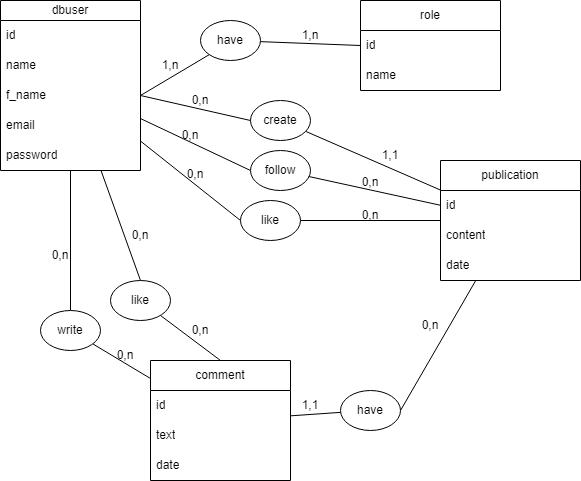
This is MCD.drawio.png from morganb75/myBrief04, a draw.io export, as it was before one commit. Source tidied: cells renumbered, new cells last; positions are measured from the earlier drawing's top-left corner, leaving out a move shared by most shapes.
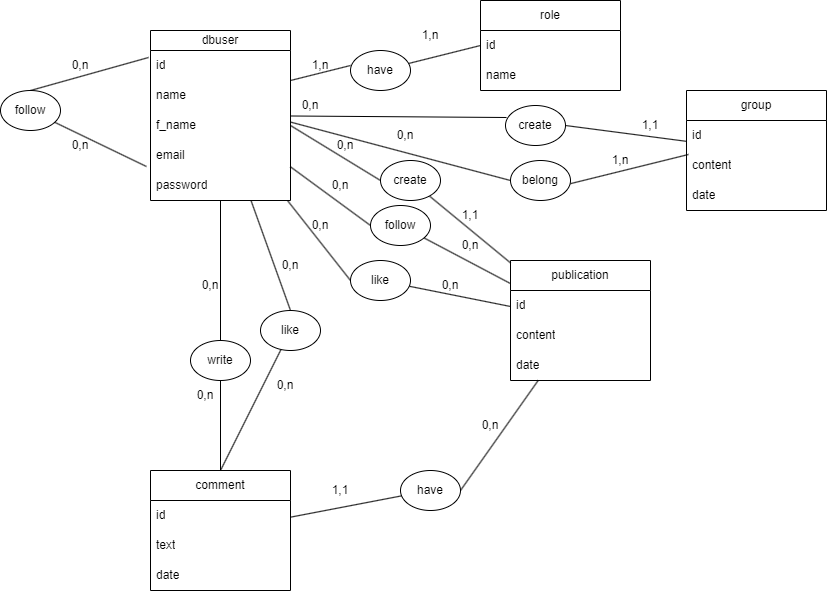
After the change.

The edit, as a diff of the source:
```diff
@@ -6,7 +6,7 @@
       <mxGeometry relative="1" as="geometry" />
     </mxCell>
     <mxCell id="3" value="publication" style="swimlane;fontStyle=0;horizontal=1;startSize=30;whiteSpace=wrap;html=1;" parent="1" vertex="1">
-      <mxGeometry x="440" y="160" width="140" height="120" as="geometry" />
+      <mxGeometry x="474" y="230" width="140" height="120" as="geometry" />
     </mxCell>
     <mxCell id="4" value="id" style="text;strokeColor=none;fillColor=none;align=left;verticalAlign=middle;spacingLeft=4;spacingRight=4;overflow=hidden;whiteSpace=wrap;html=1;" parent="3" vertex="1">
       <mxGeometry y="30" width="140" height="30" as="geometry" />
@@ -29,8 +29,11 @@
     <mxCell id="10" style="edgeStyle=none;html=1;entryX=0;entryY=0.5;entryDx=0;entryDy=0;endArrow=none;endFill=0;" parent="1" edge="1" source="11" target="39">
       <mxGeometry relative="1" as="geometry" />
     </mxCell>
+    <mxCell id="54" style="edgeStyle=none;html=1;entryX=0.017;entryY=0.3;entryDx=0;entryDy=0;entryPerimeter=0;endArrow=none;endFill=0;" parent="1" edge="1" source="11" target="60">
+      <mxGeometry relative="1" as="geometry" />
+    </mxCell>
     <mxCell id="11" value="dbuser" style="swimlane;fontStyle=0;horizontal=1;startSize=20;whiteSpace=wrap;html=1;" parent="1" vertex="1">
-      <mxGeometry width="140" height="170" as="geometry" />
+      <mxGeometry x="114" width="140" height="170" as="geometry" />
     </mxCell>
     <mxCell id="12" value="id" style="text;strokeColor=none;fillColor=none;align=left;verticalAlign=middle;spacingLeft=4;spacingRight=4;overflow=hidden;points=[[0,0.5],[1,0.5]];portConstraint=eastwest;whiteSpace=wrap;html=1;" parent="11" vertex="1">
       <mxGeometry y="20" width="140" height="30" as="geometry" />
@@ -48,7 +51,7 @@
       <mxGeometry y="140" width="140" height="30" as="geometry" />
     </mxCell>
     <mxCell id="17" value="comment" style="swimlane;fontStyle=0;horizontal=1;startSize=30;whiteSpace=wrap;html=1;" parent="1" vertex="1">
-      <mxGeometry x="150" y="360" width="140" height="120" as="geometry" />
+      <mxGeometry x="114" y="440" width="140" height="120" as="geometry" />
     </mxCell>
     <mxCell id="18" value="id" style="text;strokeColor=none;fillColor=none;align=left;verticalAlign=middle;spacingLeft=4;spacingRight=4;overflow=hidden;whiteSpace=wrap;html=1;" parent="17" vertex="1">
       <mxGeometry y="30" width="140" height="30" as="geometry" />
@@ -60,7 +63,7 @@
       <mxGeometry y="90" width="140" height="30" as="geometry" />
     </mxCell>
     <mxCell id="21" value="role" style="swimlane;fontStyle=0;horizontal=1;startSize=30;whiteSpace=wrap;html=1;" parent="1" vertex="1">
-      <mxGeometry x="360" width="140" height="90" as="geometry" />
+      <mxGeometry x="444" y="-30" width="140" height="90" as="geometry" />
     </mxCell>
     <mxCell id="22" value="id" style="text;strokeColor=none;fillColor=none;align=left;verticalAlign=middle;spacingLeft=4;spacingRight=4;overflow=hidden;points=[[0,0.5],[1,0.5]];portConstraint=eastwest;whiteSpace=wrap;html=1;" parent="21" vertex="1">
       <mxGeometry y="30" width="140" height="30" as="geometry" />
@@ -72,16 +75,16 @@
       <mxGeometry relative="1" as="geometry" />
     </mxCell>
     <mxCell id="25" value="have" style="ellipse;whiteSpace=wrap;html=1;" parent="1" vertex="1">
-      <mxGeometry x="200" y="20" width="60" height="40" as="geometry" />
+      <mxGeometry x="314" y="20" width="60" height="40" as="geometry" />
     </mxCell>
-    <mxCell id="26" style="edgeStyle=none;html=1;entryX=0;entryY=1;entryDx=0;entryDy=0;exitX=1;exitY=0.5;exitDx=0;exitDy=0;endArrow=none;endFill=0;" parent="1" edge="1" source="14" target="25">
+    <mxCell id="26" style="edgeStyle=none;html=1;entryX=1;entryY=0.5;entryDx=0;entryDy=0;exitX=0;exitY=1;exitDx=0;exitDy=0;endArrow=none;endFill=0;" parent="1" edge="1" source="41" target="41">
       <mxGeometry relative="1" as="geometry" />
     </mxCell>
     <mxCell id="27" style="edgeStyle=none;html=1;endArrow=none;endFill=0;" parent="1" edge="1" source="28" target="3">
       <mxGeometry relative="1" as="geometry" />
     </mxCell>
     <mxCell id="28" value="create" style="ellipse;whiteSpace=wrap;html=1;" parent="1" vertex="1">
-      <mxGeometry x="250" y="100" width="60" height="40" as="geometry" />
+      <mxGeometry x="344" y="130" width="60" height="40" as="geometry" />
     </mxCell>
     <mxCell id="29" style="edgeStyle=none;html=1;entryX=0;entryY=0.5;entryDx=0;entryDy=0;endArrow=none;endFill=0;exitX=1;exitY=0.5;exitDx=0;exitDy=0;" parent="1" edge="1" source="14" target="28">
       <mxGeometry relative="1" as="geometry" />
@@ -90,73 +93,131 @@
       <mxGeometry relative="1" as="geometry" />
     </mxCell>
     <mxCell id="31" value="write" style="ellipse;whiteSpace=wrap;html=1;" parent="1" vertex="1">
-      <mxGeometry x="40" y="310" width="60" height="40" as="geometry" />
+      <mxGeometry x="154" y="310" width="60" height="40" as="geometry" />
     </mxCell>
     <mxCell id="32" style="edgeStyle=none;html=1;endArrow=none;endFill=0;" parent="1" edge="1" source="33" target="17">
       <mxGeometry relative="1" as="geometry" />
     </mxCell>
     <mxCell id="33" value="have" style="ellipse;whiteSpace=wrap;html=1;" parent="1" vertex="1">
-      <mxGeometry x="340" y="390" width="60" height="40" as="geometry" />
+      <mxGeometry x="364" y="440" width="60" height="40" as="geometry" />
     </mxCell>
     <mxCell id="34" style="edgeStyle=none;html=1;endArrow=none;endFill=0;" parent="1" edge="1" source="35" target="3">
       <mxGeometry relative="1" as="geometry" />
     </mxCell>
     <mxCell id="35" value="follow" style="ellipse;whiteSpace=wrap;html=1;" parent="1" vertex="1">
-      <mxGeometry x="250" y="150" width="60" height="40" as="geometry" />
+      <mxGeometry x="334" y="175" width="60" height="40" as="geometry" />
     </mxCell>
     <mxCell id="36" style="edgeStyle=none;html=1;entryX=0.5;entryY=0;entryDx=0;entryDy=0;endArrow=none;endFill=0;" parent="1" edge="1" source="37" target="17">
       <mxGeometry relative="1" as="geometry" />
     </mxCell>
     <mxCell id="37" value="like" style="ellipse;whiteSpace=wrap;html=1;" parent="1" vertex="1">
-      <mxGeometry x="110" y="280" width="60" height="40" as="geometry" />
+      <mxGeometry x="224" y="280" width="60" height="40" as="geometry" />
     </mxCell>
     <mxCell id="38" style="edgeStyle=none;html=1;endArrow=none;endFill=0;" parent="1" edge="1" source="39" target="3">
       <mxGeometry relative="1" as="geometry" />
     </mxCell>
     <mxCell id="39" value="like" style="ellipse;whiteSpace=wrap;html=1;" parent="1" vertex="1">
-      <mxGeometry x="240" y="200" width="60" height="40" as="geometry" />
+      <mxGeometry x="314" y="230" width="60" height="40" as="geometry" />
     </mxCell>
     <mxCell id="40" value="1,n" style="text;html=1;strokeColor=none;fillColor=none;align=center;verticalAlign=middle;whiteSpace=wrap;rounded=0;" parent="1" vertex="1">
-      <mxGeometry x="280" y="20" width="60" height="30" as="geometry" />
+      <mxGeometry x="364" y="-10" width="60" height="30" as="geometry" />
     </mxCell>
     <mxCell id="41" value="1,n" style="text;html=1;strokeColor=none;fillColor=none;align=center;verticalAlign=middle;whiteSpace=wrap;rounded=0;" parent="1" vertex="1">
-      <mxGeometry x="140" y="50" width="60" height="30" as="geometry" />
+      <mxGeometry x="254" y="20" width="60" height="30" as="geometry" />
     </mxCell>
     <mxCell id="42" value="0,n" style="text;html=1;strokeColor=none;fillColor=none;align=center;verticalAlign=middle;whiteSpace=wrap;rounded=0;" parent="1" vertex="1">
-      <mxGeometry x="170" y="85" width="60" height="30" as="geometry" />
+      <mxGeometry x="279" y="100" width="60" height="30" as="geometry" />
     </mxCell>
     <mxCell id="43" value="1,1" style="text;html=1;strokeColor=none;fillColor=none;align=center;verticalAlign=middle;whiteSpace=wrap;rounded=0;" parent="1" vertex="1">
-      <mxGeometry x="360" y="140" width="60" height="30" as="geometry" />
+      <mxGeometry x="404" y="170" width="60" height="30" as="geometry" />
     </mxCell>
     <mxCell id="44" value="0,n" style="text;html=1;strokeColor=none;fillColor=none;align=center;verticalAlign=middle;whiteSpace=wrap;rounded=0;" parent="1" vertex="1">
-      <mxGeometry x="160" y="120" width="60" height="30" as="geometry" />
+      <mxGeometry x="274" y="140" width="60" height="30" as="geometry" />
     </mxCell>
     <mxCell id="45" value="0,n" style="text;html=1;strokeColor=none;fillColor=none;align=center;verticalAlign=middle;whiteSpace=wrap;rounded=0;" parent="1" vertex="1">
-      <mxGeometry x="340" y="167" width="60" height="30" as="geometry" />
+      <mxGeometry x="404" y="200" width="60" height="30" as="geometry" />
     </mxCell>
     <mxCell id="46" value="0,n" style="text;html=1;strokeColor=none;fillColor=none;align=center;verticalAlign=middle;whiteSpace=wrap;rounded=0;" parent="1" vertex="1">
-      <mxGeometry x="340" y="200" width="60" height="30" as="geometry" />
+      <mxGeometry x="384" y="240" width="60" height="30" as="geometry" />
     </mxCell>
     <mxCell id="47" value="0,n" style="text;html=1;strokeColor=none;fillColor=none;align=center;verticalAlign=middle;whiteSpace=wrap;rounded=0;" parent="1" vertex="1">
-      <mxGeometry x="165" y="159" width="60" height="30" as="geometry" />
+      <mxGeometry x="254" y="180" width="60" height="30" as="geometry" />
     </mxCell>
     <mxCell id="48" value="0,n" style="text;html=1;strokeColor=none;fillColor=none;align=center;verticalAlign=middle;whiteSpace=wrap;rounded=0;" parent="1" vertex="1">
-      <mxGeometry x="110" y="220" width="60" height="30" as="geometry" />
+      <mxGeometry x="224" y="220" width="60" height="30" as="geometry" />
     </mxCell>
     <mxCell id="49" value="0,n" style="text;html=1;strokeColor=none;fillColor=none;align=center;verticalAlign=middle;whiteSpace=wrap;rounded=0;" parent="1" vertex="1">
-      <mxGeometry x="170" y="315" width="60" height="30" as="geometry" />
+      <mxGeometry x="219" y="340" width="60" height="30" as="geometry" />
     </mxCell>
     <mxCell id="50" value="0,n" style="text;html=1;strokeColor=none;fillColor=none;align=center;verticalAlign=middle;whiteSpace=wrap;rounded=0;" parent="1" vertex="1">
-      <mxGeometry x="30" y="240" width="60" height="30" as="geometry" />
+      <mxGeometry x="144" y="240" width="60" height="30" as="geometry" />
     </mxCell>
     <mxCell id="51" value="0,n" style="text;html=1;strokeColor=none;fillColor=none;align=center;verticalAlign=middle;whiteSpace=wrap;rounded=0;" parent="1" vertex="1">
-      <mxGeometry x="80" y="340" width="90" height="30" as="geometry" />
+      <mxGeometry x="124" y="350" width="90" height="30" as="geometry" />
     </mxCell>
     <mxCell id="52" value="1,1" style="text;html=1;strokeColor=none;fillColor=none;align=center;verticalAlign=middle;whiteSpace=wrap;rounded=0;" parent="1" vertex="1">
-      <mxGeometry x="280" y="390" width="60" height="30" as="geometry" />
+      <mxGeometry x="274" y="445" width="60" height="30" as="geometry" />
     </mxCell>
     <mxCell id="53" value="0,n" style="text;html=1;strokeColor=none;fillColor=none;align=center;verticalAlign=middle;whiteSpace=wrap;rounded=0;" parent="1" vertex="1">
-      <mxGeometry x="400" y="310" width="60" height="30" as="geometry" />
+      <mxGeometry x="424" y="380" width="60" height="30" as="geometry" />
     </mxCell>
+    <mxCell id="55" style="edgeStyle=none;html=1;endArrow=none;endFill=0;entryX=1;entryY=0.5;entryDx=0;entryDy=0;" parent="1" edge="1" source="56" target="60">
+      <mxGeometry relative="1" as="geometry" />
+    </mxCell>
+    <mxCell id="56" value="group" style="swimlane;fontStyle=0;horizontal=1;startSize=30;whiteSpace=wrap;html=1;" parent="1" vertex="1">
+      <mxGeometry x="650" y="60" width="140" height="120" as="geometry" />
+    </mxCell>
+    <mxCell id="57" value="id" style="text;strokeColor=none;fillColor=none;align=left;verticalAlign=middle;spacingLeft=4;spacingRight=4;overflow=hidden;whiteSpace=wrap;html=1;" parent="56" vertex="1">
+      <mxGeometry y="30" width="140" height="30" as="geometry" />
+    </mxCell>
+    <mxCell id="58" value="content" style="text;strokeColor=none;fillColor=none;align=left;verticalAlign=middle;spacingLeft=4;spacingRight=4;overflow=hidden;points=[[0,0.5],[1,0.5]];portConstraint=eastwest;whiteSpace=wrap;html=1;" parent="56" vertex="1">
+      <mxGeometry y="60" width="140" height="30" as="geometry" />
+    </mxCell>
+    <mxCell id="59" value="date" style="text;strokeColor=none;fillColor=none;align=left;verticalAlign=middle;spacingLeft=4;spacingRight=4;overflow=hidden;whiteSpace=wrap;html=1;" parent="56" vertex="1">
+      <mxGeometry y="90" width="140" height="30" as="geometry" />
+    </mxCell>
+    <mxCell id="60" value="create" style="ellipse;whiteSpace=wrap;html=1;" parent="1" vertex="1">
+      <mxGeometry x="469" y="75" width="60" height="40" as="geometry" />
+    </mxCell>
+    <mxCell id="61" value="0,n" style="text;html=1;strokeColor=none;fillColor=none;align=center;verticalAlign=middle;whiteSpace=wrap;rounded=0;" parent="1" vertex="1">
+      <mxGeometry x="244" y="60" width="60" height="30" as="geometry" />
+    </mxCell>
+    <mxCell id="62" value="1,1" style="text;html=1;strokeColor=none;fillColor=none;align=center;verticalAlign=middle;whiteSpace=wrap;rounded=0;" parent="1" vertex="1">
+      <mxGeometry x="584" y="80" width="60" height="30" as="geometry" />
+    </mxCell>
+    <mxCell id="63" value="belong" style="ellipse;whiteSpace=wrap;html=1;" parent="1" vertex="1">
+      <mxGeometry x="474" y="130" width="60" height="40" as="geometry" />
+    </mxCell>
+    <mxCell id="64" style="edgeStyle=none;html=1;endArrow=none;endFill=0;entryX=1;entryY=0.5;entryDx=0;entryDy=0;exitX=0.014;exitY=0.133;exitDx=0;exitDy=0;exitPerimeter=0;" parent="1" edge="1" source="58">
+      <mxGeometry relative="1" as="geometry">
+        <mxPoint x="534" y="153.1" as="targetPoint" />
+      </mxGeometry>
+    </mxCell>
+    <mxCell id="65" style="edgeStyle=none;html=1;endArrow=none;endFill=0;entryX=1;entryY=0.5;entryDx=0;entryDy=0;exitX=0;exitY=0.5;exitDx=0;exitDy=0;" parent="1" edge="1" source="63">
+      <mxGeometry relative="1" as="geometry">
+        <mxPoint x="254" y="91.6" as="targetPoint" />
+      </mxGeometry>
+    </mxCell>
+    <mxCell id="66" value="0,n" style="text;html=1;strokeColor=none;fillColor=none;align=center;verticalAlign=middle;whiteSpace=wrap;rounded=0;" parent="1" vertex="1">
+      <mxGeometry x="339" y="90" width="60" height="30" as="geometry" />
+    </mxCell>
+    <mxCell id="67" value="1,n" style="text;html=1;strokeColor=none;fillColor=none;align=center;verticalAlign=middle;whiteSpace=wrap;rounded=0;" parent="1" vertex="1">
+      <mxGeometry x="554" y="115" width="60" height="30" as="geometry" />
+    </mxCell>
+    <mxCell id="68" style="edgeStyle=none;html=1;exitX=0.5;exitY=0;exitDx=0;exitDy=0;entryX=-0.014;entryY=0.233;entryDx=0;entryDy=0;entryPerimeter=0;endArrow=none;endFill=0;" parent="1" edge="1" source="70" target="12">
+      <mxGeometry relative="1" as="geometry" />
+    </mxCell>
+    <mxCell id="69" style="edgeStyle=none;html=1;entryX=-0.029;entryY=0.867;entryDx=0;entryDy=0;entryPerimeter=0;endArrow=none;endFill=0;" parent="1" edge="1" source="70" target="15">
+      <mxGeometry relative="1" as="geometry" />
+    </mxCell>
+    <mxCell id="70" value="follow" style="ellipse;whiteSpace=wrap;html=1;" parent="1" vertex="1">
+      <mxGeometry x="-36" y="60" width="60" height="40" as="geometry" />
+    </mxCell>
+    <mxCell id="71" value="0,n" style="text;html=1;strokeColor=none;fillColor=none;align=center;verticalAlign=middle;whiteSpace=wrap;rounded=0;" parent="1" vertex="1">
+      <mxGeometry x="14" y="20" width="60" height="30" as="geometry" />
+    </mxCell>
+    <mxCell id="72" value="0,n" style="text;html=1;strokeColor=none;fillColor=none;align=center;verticalAlign=middle;whiteSpace=wrap;rounded=0;" parent="1" vertex="1">
+      <mxGeometry x="14" y="100" width="60" height="30" as="geometry" />
+    </mxCell>
   </root>
 </mxGraphModel>
```
